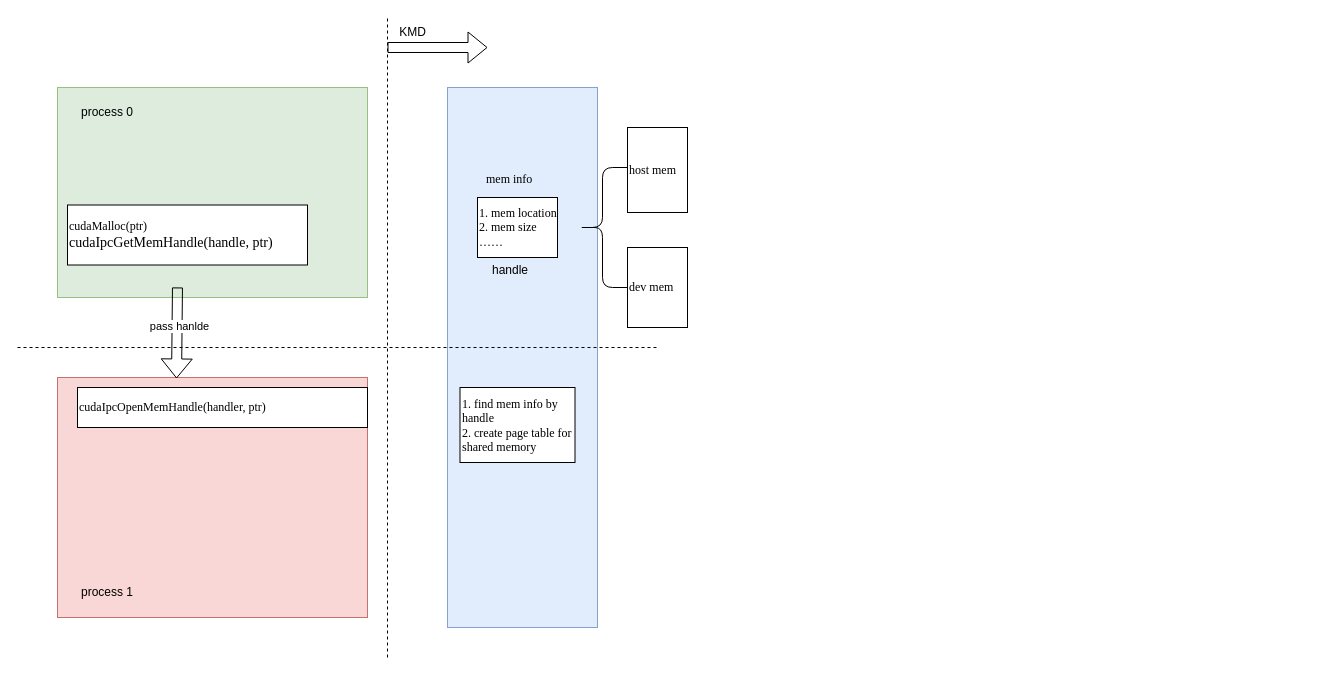
andyzhanged/for_draw_io keeps this draw.io diagram as ipc_mem_share.drawio. Above is the earlier version. Source tidied: cells renumbered, new cells numbered last; positions are measured from the earlier drawing's top-left corner, leaving out a move shared by most shapes. Both pictures are drawn from the tidied source at 100%, with x=0, y=0 at pixel (17, 17).
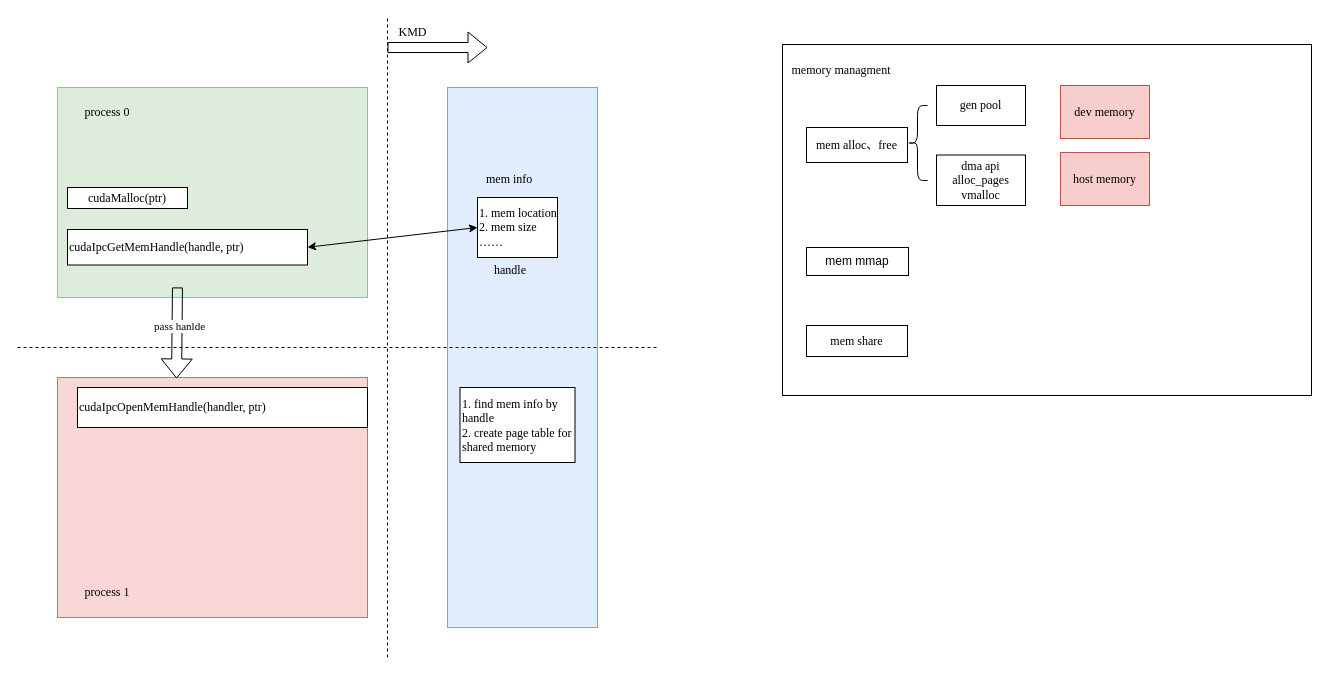
The same diagram, later.

Unchanged cells that the change refers to:
```xml
<mxCell id="9" value="&lt;div&gt;1. mem location&lt;/div&gt;&lt;div&gt;2. mem size&lt;br&gt;&lt;/div&gt;&lt;div&gt;……&lt;br&gt;&lt;/div&gt;" style="whiteSpace=wrap;html=1;fontFamily=Times New Roman;align=left;" parent="1" vertex="1">
  <mxGeometry x="460" y="180" width="80" height="60" as="geometry" />
</mxCell>
```

What changed in the source:
```diff
@@
-    <mxCell id="2" style="rounded=0;whiteSpace=wrap;html=1;opacity=80;fillColor=#dae8fc;strokeColor=#6c8ebf;" parent="1" vertex="1">
+    <mxCell id="2" style="rounded=0;whiteSpace=wrap;html=1;opacity=80;fillColor=#dae8fc;strokeColor=#6c8ebf;fontFamily=Times New Roman;" parent="1" vertex="1">
       <mxGeometry x="430" y="70" width="150" height="540" as="geometry" />
     </mxCell>
-    <mxCell id="3" style="rounded=0;whiteSpace=wrap;html=1;opacity=80;fillColor=#f8cecc;strokeColor=#b85450;" parent="1" vertex="1">
+    <mxCell id="3" style="rounded=0;whiteSpace=wrap;html=1;opacity=80;fillColor=#f8cecc;strokeColor=#b85450;fontFamily=Times New Roman;" parent="1" vertex="1">
       <mxGeometry x="40" y="360" width="310" height="240" as="geometry" />
     </mxCell>
-    <mxCell id="4" style="rounded=0;whiteSpace=wrap;html=1;opacity=80;fillColor=#d5e8d4;strokeColor=#82b366;" parent="1" vertex="1">
+    <mxCell id="4" style="rounded=0;whiteSpace=wrap;html=1;opacity=80;fillColor=#d5e8d4;strokeColor=#82b366;fontFamily=Times New Roman;" parent="1" vertex="1">
       <mxGeometry x="40" y="70" width="310" height="210" as="geometry" />
     </mxCell>
-    <mxCell id="5" value="&lt;div&gt;cudaMalloc(ptr)&lt;br&gt;&lt;div style=&quot;color: rgb(0, 0, 0); background-color: rgb(255, 255, 255); font-weight: normal; font-size: 14px; line-height: 19px;&quot;&gt;&lt;div&gt;cudaIpcGetMemHandle(handle, ptr)&lt;/div&gt;&lt;/div&gt;&lt;/div&gt;" style="rounded=0;whiteSpace=wrap;html=1;fontFamily=Times New Roman;align=left;" parent="1" vertex="1">
-      <mxGeometry x="50" y="187.5" width="240" height="60" as="geometry" />
+    <mxCell id="5" value="&lt;div&gt;&lt;div&gt;cudaIpcGetMemHandle(handle, ptr)&lt;/div&gt;&lt;/div&gt;" style="rounded=0;whiteSpace=wrap;html=1;fontFamily=Times New Roman;align=left;" parent="1" vertex="1">
+      <mxGeometry x="50" y="212" width="240" height="35.5" as="geometry" />
     </mxCell>
-    <mxCell id="6" value="host mem" style="rounded=0;whiteSpace=wrap;html=1;fontFamily=Times New Roman;align=left;" parent="1" vertex="1">
-      <mxGeometry x="610" y="110" width="60" height="85" as="geometry" />
-    </mxCell>
-    <mxCell id="7" value="dev mem" style="whiteSpace=wrap;html=1;fontFamily=Times New Roman;align=left;" parent="1" vertex="1">
-      <mxGeometry x="610" y="230" width="60" height="80" as="geometry" />
-    </mxCell>
     <mxCell id="8" value="mem info" style="text;html=1;align=left;verticalAlign=middle;strokeColor=none;fillColor=none;fontFamily=Times New Roman;" parent="1" vertex="1">
-      <mxGeometry x="467" y="146.5" width="70" height="30" as="geometry" />
+      <mxGeometry x="467" y="148.5" width="64" height="26" as="geometry" />
     </mxCell>
@@
-    <mxCell id="10" style="shape=curlyBracket;whiteSpace=wrap;html=1;rounded=1;labelPosition=left;verticalLabelPosition=middle;align=right;verticalAlign=middle;" parent="1" vertex="1">
-      <mxGeometry x="560" y="150" width="50" height="120" as="geometry" />
-    </mxCell>
@@
-    <mxCell id="12" style="endArrow=none;dashed=1;html=1;rounded=0;" parent="1" edge="1">
+    <mxCell id="12" style="endArrow=none;dashed=1;html=1;rounded=0;fontFamily=Times New Roman;" parent="1" edge="1">
       <mxGeometry relative="1" as="geometry">
         <mxPoint x="370" y="640" as="sourcePoint" />
         <mxPoint x="370" as="targetPoint" />
       </mxGeometry>
     </mxCell>
-    <mxCell id="13" style="endArrow=none;dashed=1;html=1;rounded=0;" parent="1" edge="1">
+    <mxCell id="13" style="endArrow=none;dashed=1;html=1;rounded=0;fontFamily=Times New Roman;" parent="1" edge="1">
       <mxGeometry relative="1" as="geometry">
         <mxPoint y="330" as="sourcePoint" />
         <mxPoint x="640" y="330" as="targetPoint" />
       </mxGeometry>
     </mxCell>
@@
-    <mxCell id="15" style="shape=flexArrow;endArrow=classic;html=1;rounded=0;entryX=0.384;entryY=0.004;entryDx=0;entryDy=0;entryPerimeter=0;exitX=0.387;exitY=0.952;exitDx=0;exitDy=0;exitPerimeter=0;" parent="1" edge="1" source="4" target="3">
+    <mxCell id="15" style="shape=flexArrow;endArrow=classic;html=1;rounded=0;entryX=0.384;entryY=0.004;entryDx=0;entryDy=0;entryPerimeter=0;exitX=0.387;exitY=0.952;exitDx=0;exitDy=0;exitPerimeter=0;fontFamily=Times New Roman;" parent="1" edge="1" source="4" target="3">
       <mxGeometry relative="1" as="geometry" />
     </mxCell>
-    <mxCell id="16" value="pass hanlde" style="edgeLabel;html=1;align=center;verticalAlign=middle;" parent="15" vertex="1">
+    <mxCell id="16" value="pass hanlde" style="edgeLabel;html=1;align=center;verticalAlign=middle;fontFamily=Times New Roman;" parent="15" vertex="1">
       <mxGeometry x="-0.14" y="2" relative="1" as="geometry" />
     </mxCell>
-    <mxCell id="17" value="&lt;div&gt;process 0&lt;/div&gt;" style="text;html=1;strokeColor=none;fillColor=none;align=center;verticalAlign=middle;whiteSpace=wrap;rounded=0;" parent="1" vertex="1">
+    <mxCell id="17" value="&lt;div&gt;process 0&lt;/div&gt;" style="text;html=1;strokeColor=none;fillColor=none;align=center;verticalAlign=middle;whiteSpace=wrap;rounded=0;fontFamily=Times New Roman;" parent="1" vertex="1">
       <mxGeometry x="60" y="80" width="60" height="30" as="geometry" />
     </mxCell>
-    <mxCell id="18" value="&lt;div&gt;process 1&lt;/div&gt;" style="text;html=1;strokeColor=none;fillColor=none;align=center;verticalAlign=middle;whiteSpace=wrap;rounded=0;" parent="1" vertex="1">
+    <mxCell id="18" value="&lt;div&gt;process 1&lt;/div&gt;" style="text;html=1;strokeColor=none;fillColor=none;align=center;verticalAlign=middle;whiteSpace=wrap;rounded=0;fontFamily=Times New Roman;" parent="1" vertex="1">
       <mxGeometry x="60" y="560" width="60" height="30" as="geometry" />
     </mxCell>
-    <mxCell id="19" style="shape=flexArrow;endArrow=classic;html=1;rounded=0;" parent="1" edge="1">
+    <mxCell id="19" style="shape=flexArrow;endArrow=classic;html=1;rounded=0;fontFamily=Times New Roman;" parent="1" edge="1">
       <mxGeometry relative="1" as="geometry">
         <mxPoint x="370" y="30" as="sourcePoint" />
         <mxPoint x="470" y="30" as="targetPoint" />
       </mxGeometry>
     </mxCell>
-    <mxCell id="20" value="KMD" style="text;html=1;align=center;verticalAlign=middle;strokeColor=none;fillColor=none;" parent="1" vertex="1">
-      <mxGeometry x="370" width="50" height="30" as="geometry" />
+    <mxCell id="20" value="KMD" style="text;html=1;align=center;verticalAlign=middle;strokeColor=none;fillColor=none;fontFamily=Times New Roman;" parent="1" vertex="1">
+      <mxGeometry x="372" y="2" width="46" height="26" as="geometry" />
     </mxCell>
-    <mxCell id="21" value="handle" style="text;html=1;strokeColor=none;fillColor=none;align=center;verticalAlign=middle;whiteSpace=wrap;rounded=0;" parent="1" vertex="1">
+    <mxCell id="21" value="handle" style="text;html=1;strokeColor=none;fillColor=none;align=center;verticalAlign=middle;whiteSpace=wrap;rounded=0;fontFamily=Times New Roman;" parent="1" vertex="1">
       <mxGeometry x="463" y="238" width="60" height="30" as="geometry" />
     </mxCell>
+    <mxCell id="22" style="endArrow=classic;startArrow=classic;html=1;rounded=0;entryX=0;entryY=0.5;entryDx=0;entryDy=0;exitX=1;exitY=0.5;exitDx=0;exitDy=0;fontFamily=Times New Roman;" parent="1" edge="1" source="5" target="9">
+      <mxGeometry relative="1" as="geometry" />
+    </mxCell>
+    <mxCell id="23" value="cudaMalloc(ptr)" style="rounded=0;whiteSpace=wrap;html=1;fontFamily=Times New Roman;" parent="1" vertex="1">
+      <mxGeometry x="50" y="170" width="120" height="21" as="geometry" />
+    </mxCell>
+    <mxCell id="24" style="whiteSpace=wrap;html=1;fontFamily=Times New Roman;" parent="1" vertex="1">
+      <mxGeometry x="765" y="27" width="529" height="351" as="geometry" />
+    </mxCell>
+    <mxCell id="25" value="&lt;div&gt;memory managment&lt;/div&gt;" style="text;html=1;strokeColor=none;fillColor=none;align=center;verticalAlign=middle;whiteSpace=wrap;rounded=0;fontFamily=Times New Roman;" parent="1" vertex="1">
+      <mxGeometry x="767" y="38" width="114" height="30" as="geometry" />
+    </mxCell>
+    <mxCell id="26" value="mem alloc、free" style="rounded=0;whiteSpace=wrap;html=1;fontFamily=Times New Roman;" parent="1" vertex="1">
+      <mxGeometry x="789" y="110" width="101" height="35" as="geometry" />
+    </mxCell>
+    <mxCell id="27" value="gen pool" style="rounded=0;whiteSpace=wrap;html=1;fontFamily=Times New Roman;" parent="1" vertex="1">
+      <mxGeometry x="919" y="68" width="89" height="40" as="geometry" />
+    </mxCell>
+    <mxCell id="28" value="dev memory" style="rounded=0;whiteSpace=wrap;html=1;fillColor=#f8cecc;strokeColor=#b85450;fontFamily=Times New Roman;" parent="1" vertex="1">
+      <mxGeometry x="1043" y="68" width="89" height="53" as="geometry" />
+    </mxCell>
+    <mxCell id="29" value="host memory" style="rounded=0;whiteSpace=wrap;html=1;fillColor=#f8cecc;strokeColor=#b85450;fontFamily=Times New Roman;" parent="1" vertex="1">
+      <mxGeometry x="1043" y="135" width="89" height="53" as="geometry" />
+    </mxCell>
+    <mxCell id="30" value="dma api&lt;br&gt;alloc_pages&lt;br&gt;&lt;div&gt;vmalloc&lt;/div&gt;" style="rounded=0;whiteSpace=wrap;html=1;fontFamily=Times New Roman;" parent="1" vertex="1">
+      <mxGeometry x="919" y="137.5" width="89" height="50.5" as="geometry" />
+    </mxCell>
+    <mxCell id="31" style="shape=curlyBracket;whiteSpace=wrap;html=1;rounded=1;labelPosition=left;verticalLabelPosition=middle;align=right;verticalAlign=middle;fontFamily=Times New Roman;" parent="1" vertex="1">
+      <mxGeometry x="890" y="88" width="20" height="75" as="geometry" />
+    </mxCell>
+    <mxCell id="32" value="mem share" style="rounded=0;whiteSpace=wrap;html=1;fontFamily=Times New Roman;" parent="1" vertex="1">
+      <mxGeometry x="789" y="308" width="101" height="31" as="geometry" />
+    </mxCell>
+    <mxCell id="33" value="mem mmap" style="rounded=0;whiteSpace=wrap;html=1;" parent="1" vertex="1">
+      <mxGeometry x="789" y="230" width="102" height="28" as="geometry" />
+    </mxCell>
```
